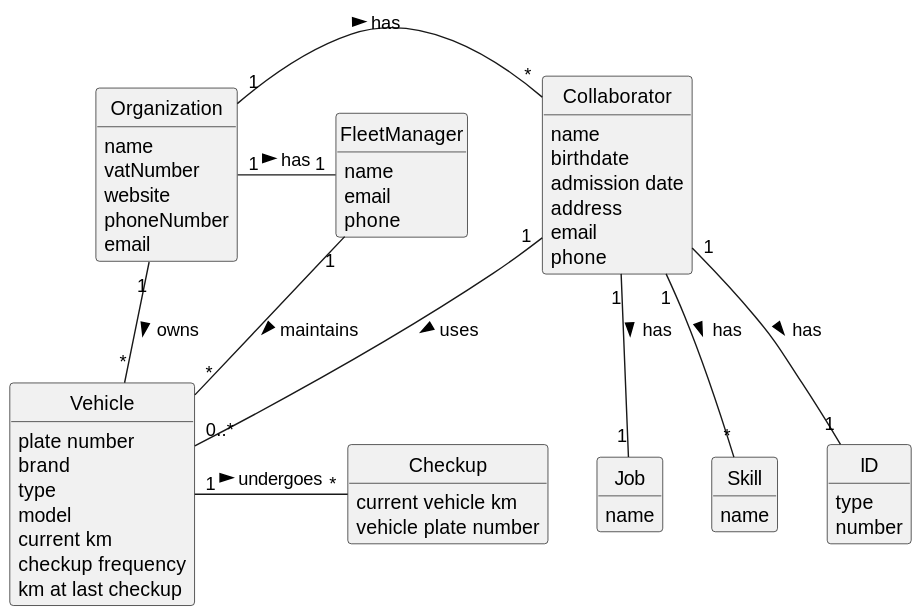
The PlantUML diagram docs/sprintA/us008/02.analysis/svg/us008-domain-model.svg in Departamento-de-Engenharia-Informatica/lei-24-s2-1dkl-g134, before a commit.
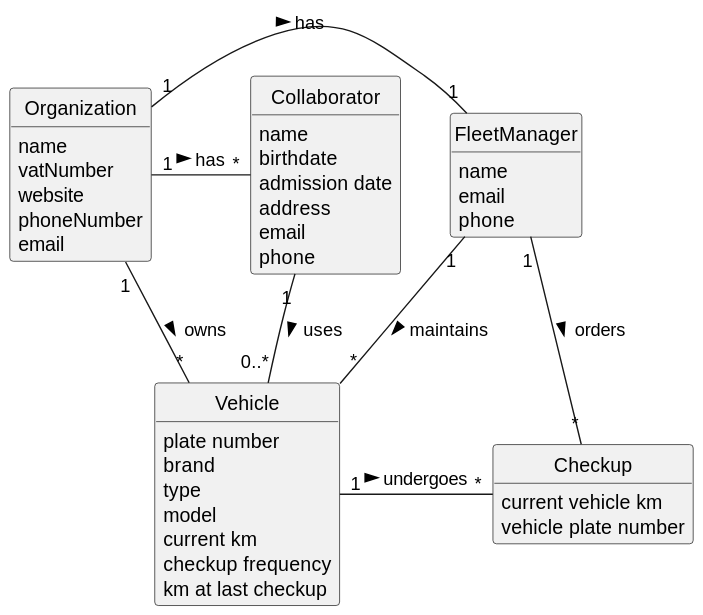
The same diagram one commit later.

Commit message:
Domain model for US08, US06, and US03

Change to the diagram source:
```diff
@@ -47,26 +47,11 @@
     phone
 }
 
-class ID {
-    type
-    number
-}
-
-class Job {
-    name
-}
-
-class Skill {
-    name
-}
-
 Organization "1" - "*" Collaborator : has >
 Organization "1" - "1" FleetManager : has >
 Organization "1" - "*" Vehicle: owns >
 Vehicle "1" - "*" Checkup: undergoes >
 Collaborator "1" -- "0..*" Vehicle : uses >
-Collaborator "1" -- "*" Skill : has >
-Collaborator "1" -- "1" Job : has >
-Collaborator "1" -- "1" ID : has >
+FleetManager "1" -- "*" Checkup : orders >
 FleetManager "1" -- "*" Vehicle : maintains >
 @enduml
```
